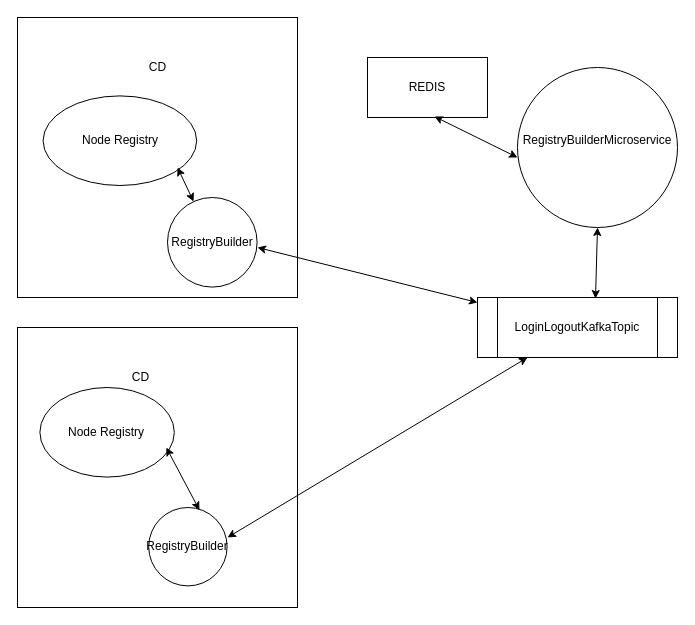
The draw.io diagram Embedded Cache CD.drawio in anshuldevmehta/RandomDiagrams, before the edit. Source tidied: cells renumbered, new cells numbered last; positions are measured from the earlier drawing's top-left corner, leaving out a move shared by most shapes. Both pictures are drawn from the tidied source at 100%, with x=0, y=0 at pixel (17, 17).
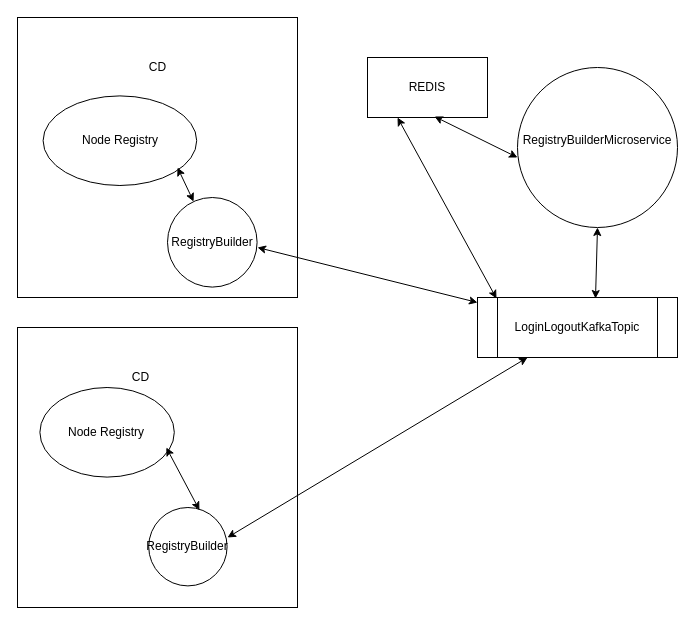
The same diagram, later.

The change refers to these unchanged cells:
```xml
<mxCell id="9" value="LoginLogoutKafkaTopic" style="shape=process;whiteSpace=wrap;html=1;backgroundOutline=1;" parent="1" vertex="1">
  <mxGeometry x="460" y="280" width="200" height="60" as="geometry" />
</mxCell>
<mxCell id="19" value="REDIS" style="rounded=0;whiteSpace=wrap;html=1;" parent="1" vertex="1">
  <mxGeometry x="350" y="40" width="120" height="60" as="geometry" />
</mxCell>
```

Change to the diagram source:
```diff
@@
+    <mxCell id="21" style="endArrow=classic;startArrow=classic;html=1;rounded=0;entryX=0.25;entryY=1;entryDx=0;entryDy=0;exitX=0.095;exitY=0.017;exitDx=0;exitDy=0;exitPerimeter=0;" parent="1" edge="1" source="9" target="19">
+      <mxGeometry relative="1" as="geometry" />
+    </mxCell>
```
